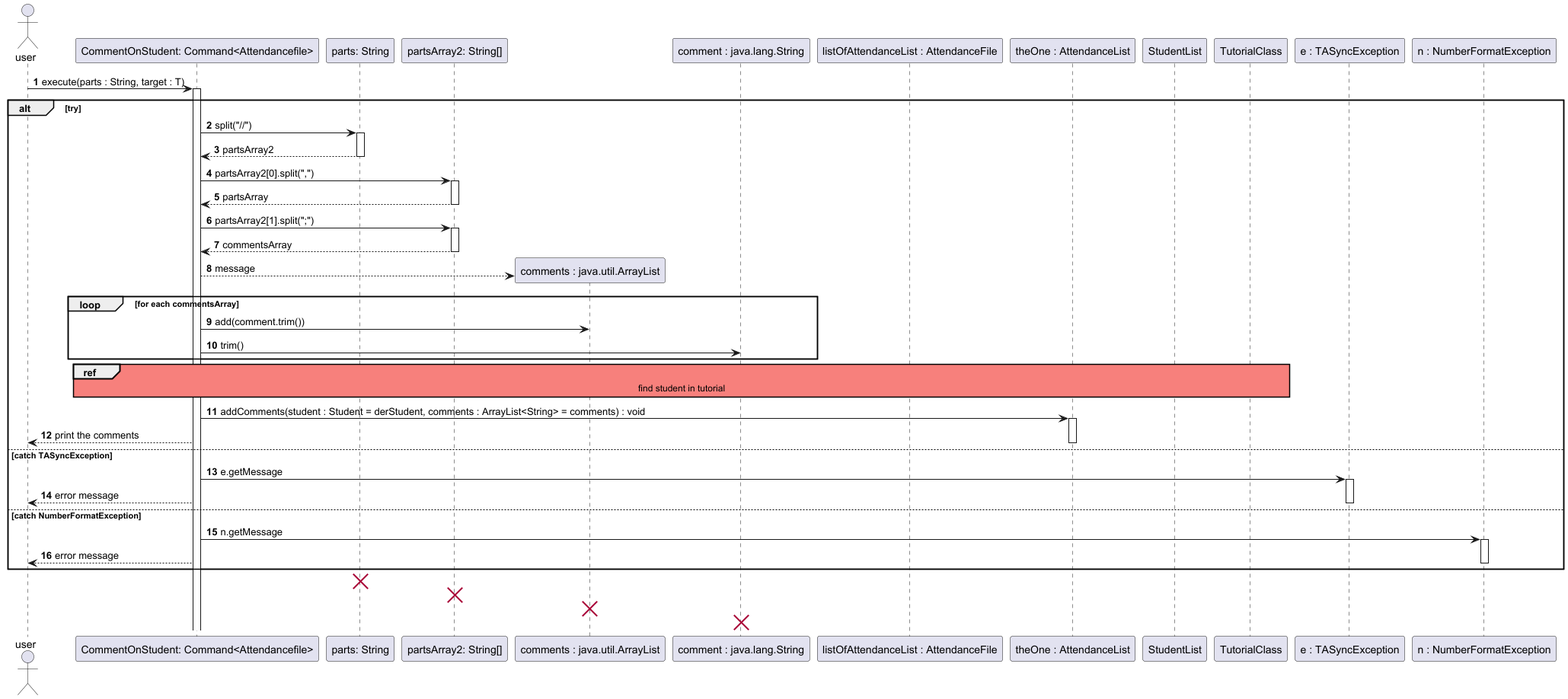
Before: docs/diagrams/attendancelistcommands/CommentOnStudentCommandSequenceDiagram.png, a diagram exported from PlantUML (wongyihao02/tp). Its diagram source:
```plantuml
@startuml
actor user
autonumber

participant "CommentOnStudent: Command<Attendancefile>" as command
participant "parts: String" as parts
participant "partsArray2: String[]" as partsArray
participant "comments : java.util.ArrayList" as comments
participant "comment : java.lang.String" as comment
participant "listOfAttendanceList : AttendanceFile" as listOfAttendanceList
participant "theOne : AttendanceList" as theOne
participant "StudentList" as studentList
participant "TutorialClass" as tutorialClass
participant "e : TASyncException" as e
participant "n : NumberFormatException" as n


skinparam sequenceReferenceBackgroundColor #f7807c
skinparam sequenceAltBackgroundColor #f7807c


user -> command : execute(parts : String, target : T)
activate command
alt try

    command -> parts : split("//")
    activate parts
    parts --> command : partsArray2
    deactivate parts
    command -> partsArray : partsArray2[0].split(",")
    activate partsArray
    command <-- partsArray : partsArray
    deactivate partsArray
    command -> partsArray : partsArray2[1].split(";")
    activate partsArray
    command <-- partsArray : commentsArray
    deactivate partsArray
    create comments
    command --> comments: message

    loop for each commentsArray
    command -> comments : add(comment.trim())
    command -> comment : trim()
    end loop

ref over command, listOfAttendanceList, theOne, tutorialClass, studentList
find student in tutorial
end ref


    command -> theOne : addComments(student : Student = derStudent, comments : ArrayList<String> = comments) : void
    activate theOne
    command --> user : print the comments

deactivate theOne
    else catch TASyncException


    command -> e : e.getMessage
    activate e
    user <-- command : error message
    deactivate e

    else catch NumberFormatException
     command -> n : n.getMessage
     activate n
     user <-- command : error message
     deactivate n
end
destroy parts
destroy partsArray
destroy comments
destroy comment

@enduml
```
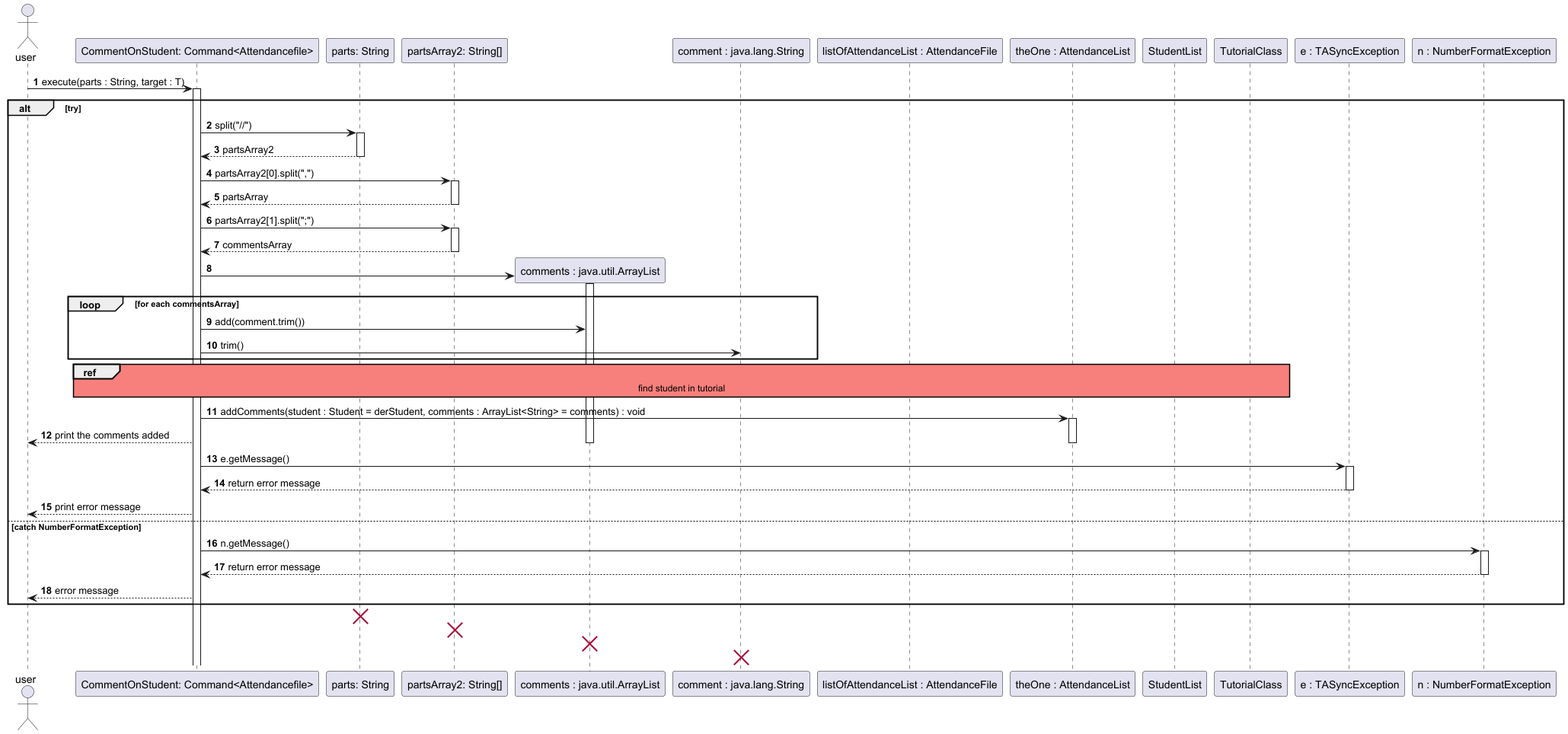
After the change.

Change to the diagram source:
```diff
@@ -36,7 +36,8 @@
     command <-- partsArray : commentsArray
     deactivate partsArray
     create comments
-    command --> comments: message
+    command -> comments
+    activate comments
 
     loop for each commentsArray
     command -> comments : add(comment.trim())
@@ -50,22 +51,22 @@
 
     command -> theOne : addComments(student : Student = derStudent, comments : ArrayList<String> = comments) : void
     activate theOne
-    command --> user : print the comments
+    command --> user : print the comments added
+    deactivate comments
 
 deactivate theOne
-    else catch TASyncException
+    command -> e : e.getMessage()
+        activate e
+        e --> command : return error message
+        deactivate e
+        command --> user  : print error message
 
-
-    command -> e : e.getMessage
-    activate e
-    user <-- command : error message
-    deactivate e
-
-    else catch NumberFormatException
-     command -> n : n.getMessage
-     activate n
-     user <-- command : error message
-     deactivate n
+        else catch NumberFormatException
+         command -> n : n.getMessage()
+         activate n
+         n --> command : return error message
+         deactivate n
+         command --> user : error message
 end
 destroy parts
 destroy partsArray
```
